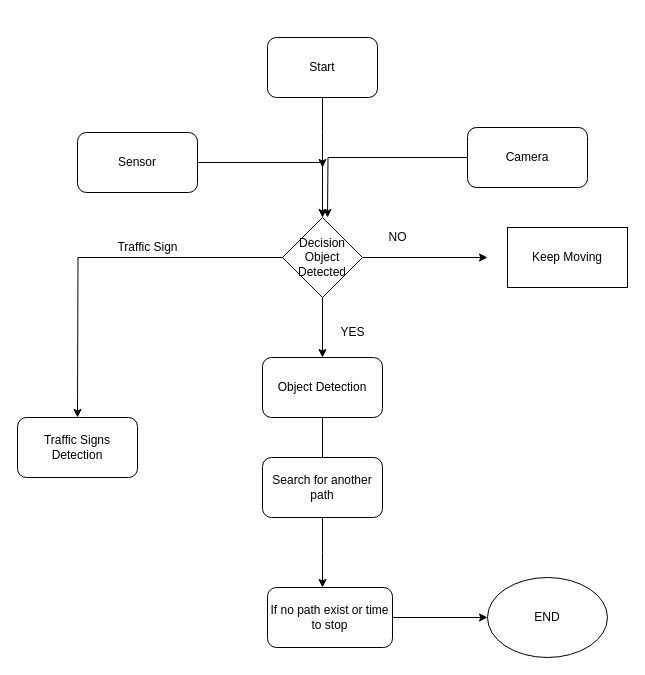
Earlier version of the draw.io diagram ESD.drawio (anubhav100rao/akr100github.io). Source tidied: cells renumbered, new cells numbered last; positions are measured from the earlier drawing's top-left corner, leaving out a move shared by most shapes. Both pictures are drawn from the tidied source at 100%, with x=0, y=0 at pixel (17, 37).
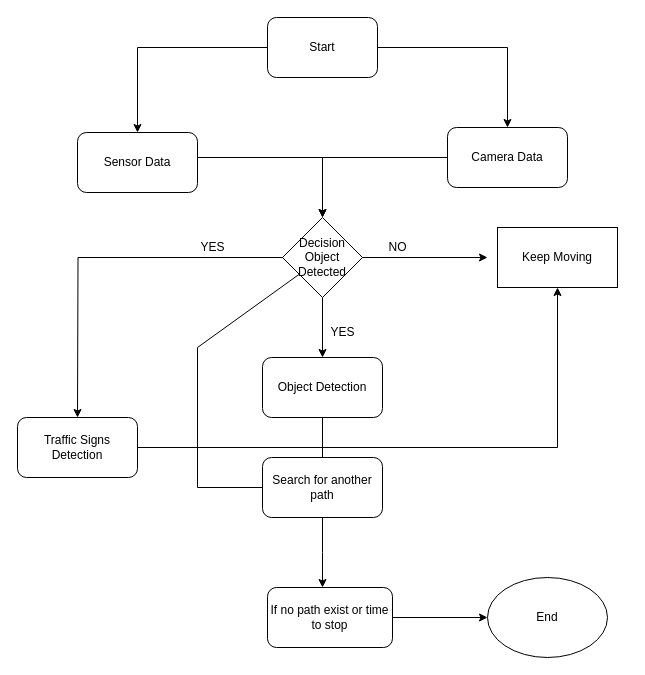
Above is the later version.

Unchanged cells that the change refers to:
```xml
<mxCell id="12" value="Decision&lt;br&gt;Object Detected" style="rhombus;whiteSpace=wrap;html=1;" parent="1" vertex="1">
  <mxGeometry x="265" y="180" width="80" height="80" as="geometry" />
</mxCell>
<mxCell id="16" value="Traffic Signs Detection" style="rounded=1;whiteSpace=wrap;html=1;" parent="1" vertex="1">
  <mxGeometry y="380" width="120" height="60" as="geometry" />
</mxCell>
<mxCell id="19" value="Search for another path" style="rounded=1;whiteSpace=wrap;html=1;" parent="1" vertex="1">
  <mxGeometry x="245" y="420" width="120" height="60" as="geometry" />
</mxCell>
```

Diff of the diagram source:
```diff
@@
-    <mxCell id="2" style="edgeStyle=orthogonalEdgeStyle;rounded=0;jettySize=auto;html=1;" parent="1" edge="1" source="3">
-      <mxGeometry relative="1" as="geometry">
-        <mxPoint x="305" y="130" as="targetPoint" />
-      </mxGeometry>
-    </mxCell>
+    <mxCell id="24" style="edgeStyle=orthogonalEdgeStyle;rounded=0;jettySize=auto;html=1;" parent="1" edge="1" source="3" target="8">
+      <mxGeometry relative="1" as="geometry" />
+    </mxCell>
+    <mxCell id="25" style="edgeStyle=orthogonalEdgeStyle;rounded=0;jettySize=auto;html=1;entryX=0.5;entryY=0;entryDx=0;entryDy=0;" parent="1" edge="1" source="3" target="6">
+      <mxGeometry relative="1" as="geometry" />
+    </mxCell>
     <mxCell id="3" value="Start" style="rounded=1;whiteSpace=wrap;html=1;" parent="1" vertex="1">
-      <mxGeometry x="250" width="110" height="60" as="geometry" />
+      <mxGeometry x="250" y="-20" width="110" height="60" as="geometry" />
     </mxCell>
     <mxCell id="4" value="Keep Moving" style="whiteSpace=wrap;html=1;" parent="1" vertex="1">
-      <mxGeometry x="490" y="190" width="120" height="60" as="geometry" />
+      <mxGeometry x="480" y="190" width="120" height="60" as="geometry" />
     </mxCell>
     <mxCell id="5" style="edgeStyle=orthogonalEdgeStyle;rounded=0;jettySize=auto;html=1;" parent="1" edge="1" source="6" target="12">
-      <mxGeometry relative="1" as="geometry" />
+      <mxGeometry relative="1" as="geometry">
+        <Array as="points">
+          <mxPoint x="305" y="120" />
+        </Array>
+      </mxGeometry>
     </mxCell>
-    <mxCell id="6" value="Sensor" style="rounded=1;whiteSpace=wrap;html=1;" parent="1" vertex="1">
+    <mxCell id="6" value="Sensor Data" style="rounded=1;whiteSpace=wrap;html=1;" parent="1" vertex="1">
       <mxGeometry x="60" y="95" width="120" height="60" as="geometry" />
     </mxCell>
-    <mxCell id="7" style="edgeStyle=orthogonalEdgeStyle;rounded=0;jettySize=auto;html=1;" parent="1" edge="1" source="8">
-      <mxGeometry relative="1" as="geometry">
-        <mxPoint x="310" y="180" as="targetPoint" />
-      </mxGeometry>
-    </mxCell>
+    <mxCell id="26" style="edgeStyle=orthogonalEdgeStyle;rounded=0;jettySize=auto;html=1;" parent="1" edge="1" source="8" target="12">
+      <mxGeometry relative="1" as="geometry" />
+    </mxCell>
-    <mxCell id="8" value="Camera" style="rounded=1;whiteSpace=wrap;html=1;" parent="1" vertex="1">
-      <mxGeometry x="450" y="90" width="120" height="60" as="geometry" />
+    <mxCell id="8" value="Camera Data" style="rounded=1;whiteSpace=wrap;html=1;" parent="1" vertex="1">
+      <mxGeometry x="430" y="90" width="120" height="60" as="geometry" />
     </mxCell>
@@
     <mxCell id="13" value="NO" style="text;html=1;align=center;verticalAlign=middle;strokeColor=none;fillColor=none;" parent="1" vertex="1">
-      <mxGeometry x="360" y="185" width="40" height="30" as="geometry" />
+      <mxGeometry x="360" y="195" width="40" height="30" as="geometry" />
     </mxCell>
-    <mxCell id="14" value="YES&lt;br&gt;" style="text;html=1;align=center;verticalAlign=middle;strokeColor=none;fillColor=none;" parent="1" vertex="1">
-      <mxGeometry x="310" y="280" width="50" height="30" as="geometry" />
+    <mxCell id="14" value="YES" style="text;html=1;align=center;verticalAlign=middle;strokeColor=none;fillColor=none;" parent="1" vertex="1">
+      <mxGeometry x="300" y="280" width="50" height="30" as="geometry" />
     </mxCell>
-    <mxCell id="15" value="Traffic Sign" style="text;html=1;align=center;verticalAlign=middle;strokeColor=none;fillColor=none;" parent="1" vertex="1">
-      <mxGeometry x="90" y="195" width="80" height="30" as="geometry" />
+    <mxCell id="15" value="YES" style="text;html=1;align=center;verticalAlign=middle;strokeColor=none;fillColor=none;" parent="1" vertex="1">
+      <mxGeometry x="170" y="195" width="50" height="30" as="geometry" />
     </mxCell>
+    <mxCell id="27" style="edgeStyle=orthogonalEdgeStyle;rounded=0;jettySize=auto;html=1;" parent="1" edge="1" source="16" target="4">
+      <mxGeometry relative="1" as="geometry" />
+    </mxCell>
@@
-    <mxCell id="23" value="END" style="ellipse;whiteSpace=wrap;html=1;" parent="1" vertex="1">
+    <mxCell id="23" value="End" style="ellipse;whiteSpace=wrap;html=1;" parent="1" vertex="1">
       <mxGeometry x="470" y="540" width="120" height="80" as="geometry" />
     </mxCell>
+    <mxCell id="28" style="endArrow=none;html=1;rounded=0;entryX=0;entryY=0.5;entryDx=0;entryDy=0;" parent="1" edge="1" target="19">
+      <mxGeometry relative="1" as="geometry">
+        <mxPoint x="180" y="450" as="sourcePoint" />
+      </mxGeometry>
+    </mxCell>
+    <mxCell id="29" style="endArrow=none;html=1;rounded=0;" parent="1" edge="1" target="12">
+      <mxGeometry relative="1" as="geometry">
+        <mxPoint x="180" y="450" as="sourcePoint" />
+        <Array as="points">
+          <mxPoint x="180" y="310" />
+        </Array>
+      </mxGeometry>
+    </mxCell>
```
